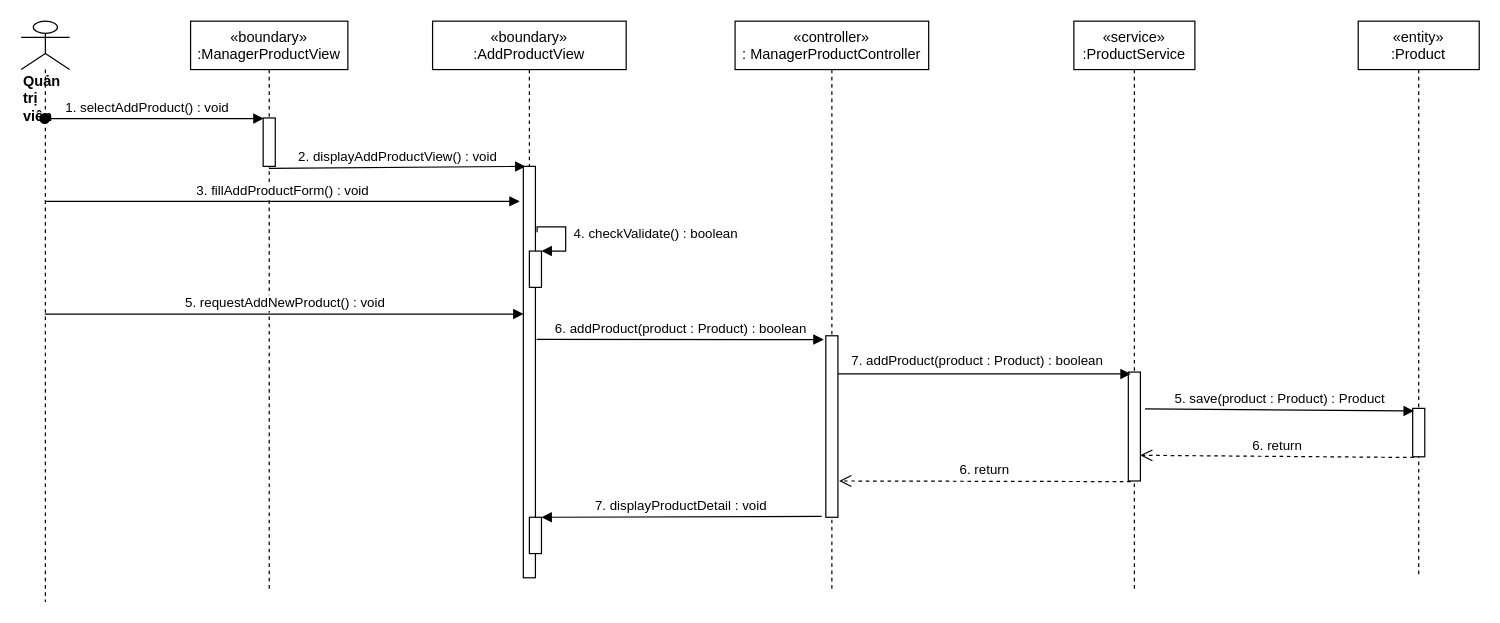
Above: sequence diagram/add-newProduct-sequence.drawio in nguyenphamvan/datn_20202 (draw.io), before the change. Source tidied: cells renumbered, new cells numbered last; positions are measured from the earlier drawing's top-left corner, leaving out a move shared by most shapes. Both pictures are drawn from the tidied source at 121%, with x=0, y=0 at pixel (21, 21).
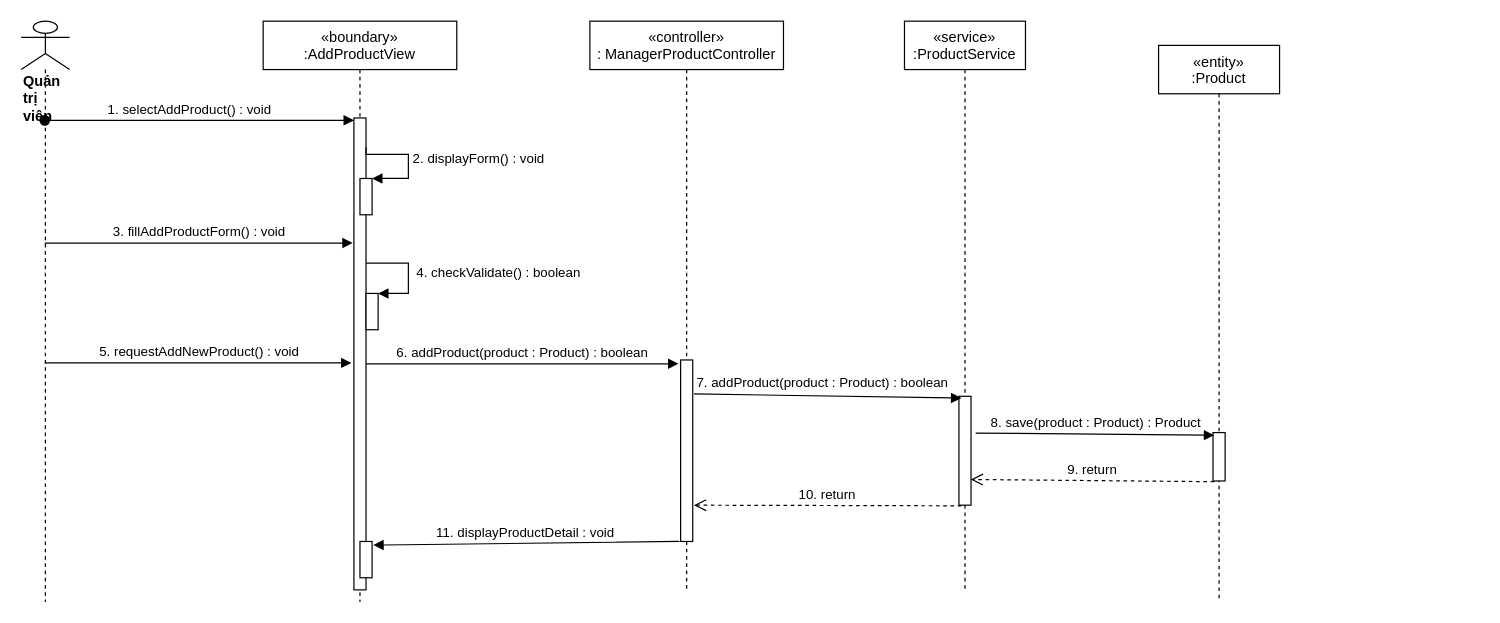
Above is the later version.

The change refers to these unchanged cells:
```xml
<mxCell id="5" value="&lt;div&gt;&lt;b&gt;Quản trị viên&lt;/b&gt;&lt;/div&gt;" style="shape=umlLifeline;participant=umlActor;perimeter=lifelinePerimeter;whiteSpace=wrap;html=1;verticalAlign=top;spacingTop=36;outlineConnect=0;align=left;size=40;" parent="1" vertex="1">
  <mxGeometry width="40" height="480" as="geometry" />
</mxCell>
<mxCell id="14" style="points=[];perimeter=orthogonalPerimeter;rounded=0;shadow=0;strokeWidth=1;" parent="13" vertex="1">
  <mxGeometry x="45" y="320" width="10" height="40" as="geometry" />
</mxCell>
```

The edit, as a diff of the source:
```diff
@@
     <mxCell id="2" value="«boundary»&#10;:AddProductView" style="shape=umlLifeline;perimeter=lifelinePerimeter;rounded=0;shadow=0;strokeWidth=1;" parent="1" vertex="1">
-      <mxGeometry x="340" width="160" height="460" as="geometry" />
+      <mxGeometry x="200" width="160" height="480" as="geometry" />
     </mxCell>
     <mxCell id="3" style="points=[];perimeter=orthogonalPerimeter;rounded=0;shadow=0;strokeWidth=1;" parent="2" vertex="1">
-      <mxGeometry x="75" y="120" width="10" height="340" as="geometry" />
+      <mxGeometry x="75" y="80" width="10" height="390" as="geometry" />
     </mxCell>
     <mxCell id="4" value="«controller»&#10;: ManagerProductController" style="shape=umlLifeline;perimeter=lifelinePerimeter;rounded=0;shadow=0;strokeWidth=1;" parent="1" vertex="1">
-      <mxGeometry x="590" width="160" height="470" as="geometry" />
+      <mxGeometry x="470" width="160" height="470" as="geometry" />
     </mxCell>
@@
-    <mxCell id="6" value="1. selectAddProduct() : void" style="verticalAlign=bottom;startArrow=oval;endArrow=block;startSize=8;shadow=0;strokeWidth=1;entryX=0.04;entryY=0.012;entryDx=0;entryDy=0;entryPerimeter=0;" parent="1" edge="1" source="5" target="18">
+    <mxCell id="6" value="1. selectAddProduct() : void" style="verticalAlign=bottom;startArrow=oval;endArrow=block;startSize=8;shadow=0;strokeWidth=1;entryX=0;entryY=0.005;entryDx=0;entryDy=0;entryPerimeter=0;" parent="1" edge="1" source="5" target="3">
       <mxGeometry x="-0.06" relative="1" as="geometry" />
     </mxCell>
     <mxCell id="7" value="«service»&#10;:ProductService" style="shape=umlLifeline;perimeter=lifelinePerimeter;rounded=0;shadow=0;strokeWidth=1;" parent="1" vertex="1">
-      <mxGeometry x="870" width="100" height="470" as="geometry" />
+      <mxGeometry x="730" width="100" height="470" as="geometry" />
     </mxCell>
     <mxCell id="8" style="points=[];perimeter=orthogonalPerimeter;rounded=0;shadow=0;strokeWidth=1;" parent="7" vertex="1">
-      <mxGeometry x="45" y="290" width="10" height="90" as="geometry" />
+      <mxGeometry x="45" y="310" width="10" height="90" as="geometry" />
     </mxCell>
-    <mxCell id="9" style="html=1;verticalAlign=bottom;endArrow=block;entryX=0.2;entryY=0.017;entryDx=0;entryDy=0;entryPerimeter=0;" parent="1" edge="1" source="24" target="8">
+    <mxCell id="9" style="html=1;verticalAlign=bottom;endArrow=block;entryX=0.2;entryY=0.017;entryDx=0;entryDy=0;entryPerimeter=0;exitX=1.1;exitY=0.187;exitDx=0;exitDy=0;exitPerimeter=0;" parent="1" edge="1" source="24" target="8">
       <mxGeometry relative="1" as="geometry" />
     </mxCell>
@@
-    <mxCell id="11" value="6. return" style="html=1;verticalAlign=bottom;endArrow=open;dashed=1;endSize=8;exitX=0.2;exitY=1.006;exitDx=0;exitDy=0;exitPerimeter=0;entryX=1.1;entryY=0.8;entryDx=0;entryDy=0;entryPerimeter=0;" parent="1" edge="1" source="8" target="24">
+    <mxCell id="11" value="10. return" style="html=1;verticalAlign=bottom;endArrow=open;dashed=1;endSize=8;exitX=0.2;exitY=1.006;exitDx=0;exitDy=0;exitPerimeter=0;entryX=1.1;entryY=0.8;entryDx=0;entryDy=0;entryPerimeter=0;" parent="1" edge="1" source="8" target="24">
       <mxGeometry relative="1" as="geometry" />
     </mxCell>
-    <mxCell id="12" value="7. displayProductDetail : void" style="verticalAlign=bottom;endArrow=block;shadow=0;strokeWidth=1;exitX=-0.34;exitY=0.995;exitDx=0;exitDy=0;exitPerimeter=0;" parent="1" edge="1" source="24" target="26">
+    <mxCell id="12" value="11. displayProductDetail : void" style="verticalAlign=bottom;endArrow=block;shadow=0;strokeWidth=1;exitX=-0.1;exitY=1;exitDx=0;exitDy=0;exitPerimeter=0;entryX=1.1;entryY=0.1;entryDx=0;entryDy=0;entryPerimeter=0;" parent="1" edge="1" source="24" target="26">
       <mxGeometry relative="1" as="geometry" />
     </mxCell>
     <mxCell id="13" value="«entity»&#10;:Product" style="shape=umlLifeline;perimeter=lifelinePerimeter;rounded=0;shadow=0;strokeWidth=1;" parent="1" vertex="1">
-      <mxGeometry x="1105" width="100" height="460" as="geometry" />
+      <mxGeometry x="940" y="20" width="100" height="460" as="geometry" />
     </mxCell>
@@
-    <mxCell id="15" value="5. save(product : Product) : Product" style="html=1;verticalAlign=bottom;endArrow=block;entryX=0.1;entryY=0.055;entryDx=0;entryDy=0;entryPerimeter=0;exitX=1.38;exitY=0.338;exitDx=0;exitDy=0;exitPerimeter=0;" parent="1" edge="1" source="8" target="14">
+    <mxCell id="15" value="8. save(product : Product) : Product" style="html=1;verticalAlign=bottom;endArrow=block;entryX=0.1;entryY=0.055;entryDx=0;entryDy=0;entryPerimeter=0;exitX=1.38;exitY=0.338;exitDx=0;exitDy=0;exitPerimeter=0;" parent="1" edge="1" source="8" target="14">
       <mxGeometry relative="1" as="geometry" />
     </mxCell>
-    <mxCell id="16" value="6. return" style="html=1;verticalAlign=bottom;endArrow=open;dashed=1;endSize=8;exitX=0.1;exitY=1.015;exitDx=0;exitDy=0;exitPerimeter=0;entryX=0.98;entryY=0.764;entryDx=0;entryDy=0;entryPerimeter=0;" parent="1" edge="1" source="14" target="8">
+    <mxCell id="16" value="9. return" style="html=1;verticalAlign=bottom;endArrow=open;dashed=1;endSize=8;exitX=0.1;exitY=1.015;exitDx=0;exitDy=0;exitPerimeter=0;entryX=0.98;entryY=0.764;entryDx=0;entryDy=0;entryPerimeter=0;" parent="1" edge="1" source="14" target="8">
       <mxGeometry relative="1" as="geometry" />
     </mxCell>
-    <mxCell id="17" value="«boundary»&#10;:ManagerProductView" style="shape=umlLifeline;perimeter=lifelinePerimeter;rounded=0;shadow=0;strokeWidth=1;" parent="1" vertex="1">
-      <mxGeometry x="140" width="130" height="470" as="geometry" />
-    </mxCell>
-    <mxCell id="18" style="points=[];perimeter=orthogonalPerimeter;rounded=0;shadow=0;strokeWidth=1;" parent="17" vertex="1">
-      <mxGeometry x="60" y="80" width="10" height="40" as="geometry" />
-    </mxCell>
-    <mxCell id="19" value="2. displayAddProductView() : void" style="html=1;verticalAlign=bottom;endArrow=block;entryX=0.18;entryY=0;entryDx=0;entryDy=0;entryPerimeter=0;exitX=0.48;exitY=1.04;exitDx=0;exitDy=0;exitPerimeter=0;" parent="1" edge="1" source="18" target="3">
-      <mxGeometry relative="1" as="geometry" />
-    </mxCell>
-    <mxCell id="20" value="3. fillAddProductForm() : void" style="html=1;verticalAlign=bottom;endArrow=block;entryX=-0.3;entryY=0.085;entryDx=0;entryDy=0;entryPerimeter=0;" parent="1" edge="1" source="5" target="3">
+    <mxCell id="20" value="3. fillAddProductForm() : void" style="html=1;verticalAlign=bottom;endArrow=block;entryX=-0.1;entryY=0.265;entryDx=0;entryDy=0;entryPerimeter=0;" parent="1" edge="1" source="5" target="3">
       <mxGeometry relative="1" as="geometry" />
     </mxCell>
     <mxCell id="21" style="html=1;points=[];perimeter=orthogonalPerimeter;" parent="1" vertex="1">
-      <mxGeometry x="420" y="190" width="10" height="30" as="geometry" />
+      <mxGeometry x="285" y="225" width="10" height="30" as="geometry" />
     </mxCell>
-    <mxCell id="22" value="&amp;nbsp;4. checkValidate() : boolean" style="edgeStyle=orthogonalEdgeStyle;html=1;align=left;spacingLeft=2;endArrow=block;rounded=0;entryX=1;entryY=0;exitX=1.14;exitY=0.16;exitDx=0;exitDy=0;exitPerimeter=0;" parent="1" edge="1" source="3" target="21">
+    <mxCell id="22" value="&amp;nbsp;4. checkValidate() : boolean" style="edgeStyle=orthogonalEdgeStyle;html=1;align=left;spacingLeft=2;endArrow=block;rounded=0;entryX=1;entryY=0;" parent="1" edge="1" source="3" target="21">
       <mxGeometry relative="1" as="geometry">
         <Array as="points">
-          <mxPoint x="450" y="170" />
-          <mxPoint x="450" y="190" />
+          <mxPoint x="320" y="200" />
+          <mxPoint x="320" y="225" />
         </Array>
       </mxGeometry>
     </mxCell>
-    <mxCell id="23" value="5. requestAddNewProduct() : void" style="html=1;verticalAlign=bottom;endArrow=block;entryX=0.02;entryY=0.359;entryDx=0;entryDy=0;entryPerimeter=0;" parent="1" edge="1" source="5" target="3">
+    <mxCell id="23" value="5. requestAddNewProduct() : void" style="html=1;verticalAlign=bottom;endArrow=block;entryX=-0.2;entryY=0.519;entryDx=0;entryDy=0;entryPerimeter=0;" parent="1" edge="1" source="5" target="3">
       <mxGeometry relative="1" as="geometry" />
     </mxCell>
     <mxCell id="24" style="points=[];perimeter=orthogonalPerimeter;rounded=0;shadow=0;strokeWidth=1;" parent="1" vertex="1">
-      <mxGeometry x="665" y="260" width="10" height="150" as="geometry" />
+      <mxGeometry x="545" y="280" width="10" height="150" as="geometry" />
     </mxCell>
-    <mxCell id="25" value="6. addProduct(product : Product) : boolean" style="html=1;verticalAlign=bottom;endArrow=block;entryX=-0.18;entryY=0.021;entryDx=0;entryDy=0;entryPerimeter=0;" parent="1" edge="1" target="24">
-      <mxGeometry relative="1" as="geometry">
-        <mxPoint x="426" y="263" as="sourcePoint" />
-      </mxGeometry>
+    <mxCell id="25" value="6. addProduct(product : Product) : boolean" style="html=1;verticalAlign=bottom;endArrow=block;entryX=-0.18;entryY=0.021;entryDx=0;entryDy=0;entryPerimeter=0;" parent="1" edge="1" source="3" target="24">
+      <mxGeometry relative="1" as="geometry" />
     </mxCell>
     <mxCell id="26" style="html=1;points=[];perimeter=orthogonalPerimeter;" parent="1" vertex="1">
-      <mxGeometry x="420" y="410" width="10" height="30" as="geometry" />
+      <mxGeometry x="280" y="430" width="10" height="30" as="geometry" />
     </mxCell>
+    <mxCell id="27" style="html=1;points=[];perimeter=orthogonalPerimeter;" parent="1" vertex="1">
+      <mxGeometry x="280" y="130" width="10" height="30" as="geometry" />
+    </mxCell>
+    <mxCell id="28" value="2. displayForm() : void" style="edgeStyle=orthogonalEdgeStyle;html=1;align=left;spacingLeft=2;endArrow=block;rounded=0;entryX=1;entryY=0;exitX=1;exitY=0.062;exitDx=0;exitDy=0;exitPerimeter=0;" parent="1" edge="1" source="3" target="27">
+      <mxGeometry relative="1" as="geometry">
+        <Array as="points">
+          <mxPoint x="285" y="110" />
+          <mxPoint x="320" y="110" />
+          <mxPoint x="320" y="130" />
+        </Array>
+      </mxGeometry>
+    </mxCell>
```
